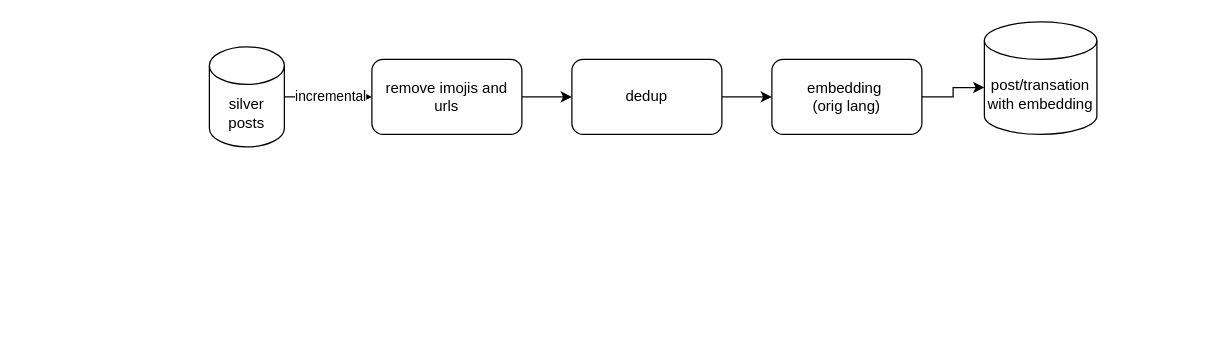
The draw.io diagram embedding.drawio in hasann716/gdp-dashboard, before the edit. Source tidied: cells renumbered, new cells numbered last; positions are measured from the earlier drawing's top-left corner, leaving out a move shared by most shapes. Both pictures are drawn from the tidied source at 125%, with x=0, y=0 at pixel (209, 21).
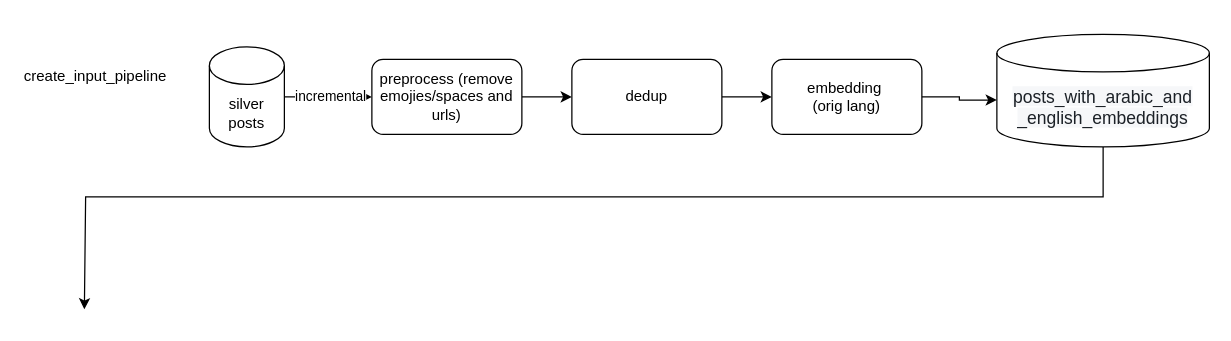
The same diagram, later.

What changed in the source:
```diff
@@
 <mxGraphModel>
   <root>
     <mxCell id="0" />
     <mxCell id="1" parent="0" />
     <mxCell id="2" style="edgeStyle=orthogonalEdgeStyle;rounded=0;jettySize=auto;html=1;entryX=0;entryY=0.5;entryDx=0;entryDy=0;" parent="1" edge="1" source="4" target="6">
       <mxGeometry relative="1" as="geometry" />
     </mxCell>
     <mxCell id="3" value="incremental" style="edgeLabel;html=1;align=center;verticalAlign=middle;" parent="2" vertex="1">
       <mxGeometry x="0.02" y="1" relative="1" as="geometry" />
     </mxCell>
     <mxCell id="4" value="silver posts" style="shape=cylinder3;whiteSpace=wrap;html=1;boundedLbl=1;backgroundOutline=1;size=15;" parent="1" vertex="1">
       <mxGeometry y="20" width="60" height="80" as="geometry" />
     </mxCell>
     <mxCell id="5" style="edgeStyle=orthogonalEdgeStyle;rounded=0;jettySize=auto;html=1;" parent="1" edge="1" source="6" target="8">
       <mxGeometry relative="1" as="geometry" />
     </mxCell>
-    <mxCell id="6" value="remove imojis and urls" style="rounded=1;whiteSpace=wrap;html=1;" parent="1" vertex="1">
+    <mxCell id="6" value="preprocess (remove emojies/spaces and urls)" style="rounded=1;whiteSpace=wrap;html=1;" parent="1" vertex="1">
       <mxGeometry x="130" y="30" width="120" height="60" as="geometry" />
     </mxCell>
     <mxCell id="7" style="edgeStyle=orthogonalEdgeStyle;rounded=0;jettySize=auto;html=1;" parent="1" edge="1" source="8" target="10">
       <mxGeometry relative="1" as="geometry" />
     </mxCell>
     <mxCell id="8" value="dedup" style="whiteSpace=wrap;html=1;rounded=1;" parent="1" vertex="1">
       <mxGeometry x="290" y="30" width="120" height="60" as="geometry" />
     </mxCell>
+    <mxCell id="12" style="edgeStyle=orthogonalEdgeStyle;rounded=0;jettySize=auto;html=1;" parent="1" edge="1" source="9">
+      <mxGeometry relative="1" as="geometry">
+        <mxPoint x="-100" y="230" as="targetPoint" />
+        <Array as="points">
+          <mxPoint x="715" y="140" />
+          <mxPoint x="-99" y="140" />
+        </Array>
+      </mxGeometry>
+    </mxCell>
-    <mxCell id="9" value="post/transation with embedding" style="shape=cylinder3;whiteSpace=wrap;html=1;boundedLbl=1;backgroundOutline=1;size=15;" parent="1" vertex="1">
-      <mxGeometry x="620" width="90" height="90" as="geometry" />
+    <mxCell id="9" value="&lt;span style=&quot;color: rgb(28, 33, 39); font-family: Source-Sans-Pro, Helvetica, sans-serif, blueprint-icons-16; font-size: 14px; text-align: start; text-wrap-mode: nowrap; background-color: rgb(246, 247, 249);&quot;&gt;posts_with_arabic_and&lt;/span&gt;&lt;div&gt;&lt;span style=&quot;color: rgb(28, 33, 39); font-family: Source-Sans-Pro, Helvetica, sans-serif, blueprint-icons-16; font-size: 14px; text-align: start; text-wrap-mode: nowrap; background-color: rgb(246, 247, 249);&quot;&gt;_english_embeddings&lt;/span&gt;&lt;/div&gt;" style="shape=cylinder3;whiteSpace=wrap;html=1;boundedLbl=1;backgroundOutline=1;size=15;" parent="1" vertex="1">
+      <mxGeometry x="630" y="10" width="170" height="90" as="geometry" />
     </mxCell>
     <mxCell id="10" value="embedding&amp;nbsp;&lt;div&gt;(orig lang)&lt;/div&gt;" style="whiteSpace=wrap;html=1;rounded=1;" parent="1" vertex="1">
       <mxGeometry x="450" y="30" width="120" height="60" as="geometry" />
     </mxCell>
     <mxCell id="11" style="edgeStyle=orthogonalEdgeStyle;rounded=0;jettySize=auto;html=1;entryX=0;entryY=0;entryDx=0;entryDy=52.5;entryPerimeter=0;" parent="1" edge="1" source="10" target="9">
       <mxGeometry relative="1" as="geometry" />
     </mxCell>
+    <mxCell id="13" value="create_input_pipeline" style="text;whiteSpace=wrap;" parent="1" vertex="1">
+      <mxGeometry x="-150" y="30" width="150" height="40" as="geometry" />
+    </mxCell>
   </root>
 </mxGraphModel>
```
